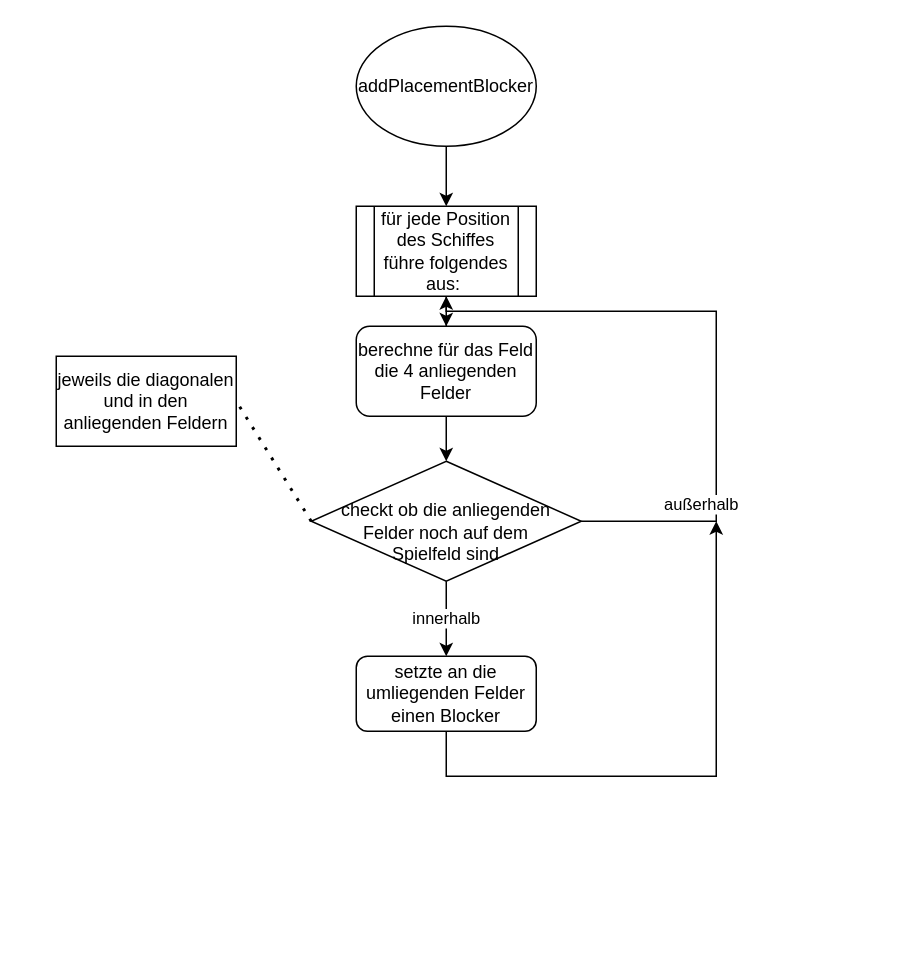
Earlier version of the draw.io diagram blockerfunctions.drawio (frederik-junk/Python_FleetBattle). Source tidied: cells renumbered, new cells numbered last; positions are measured from the earlier drawing's top-left corner, leaving out a move shared by most shapes. Both pictures are drawn from the tidied source at 150%, with x=0, y=0 at pixel (56, 26).
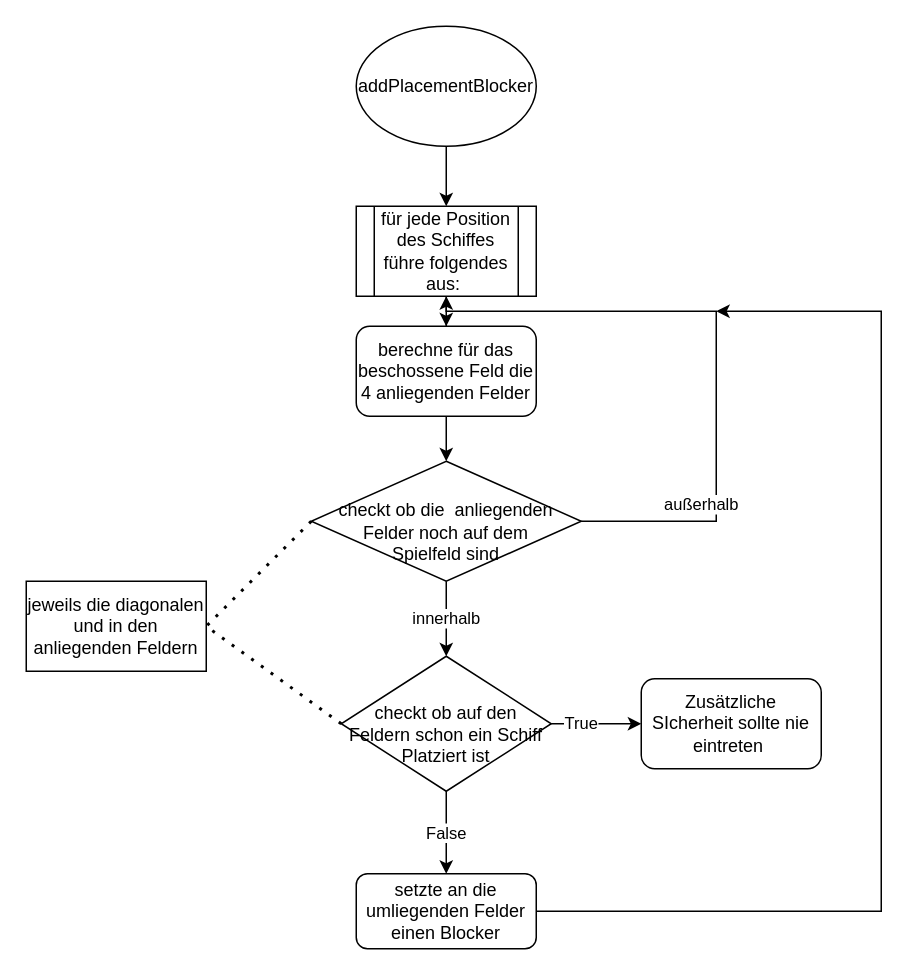
The same page after the edit.

Diff of the diagram source:
```diff
@@
-    <mxCell id="7" value="berechne für das Feld die 4 anliegenden Felder" style="rounded=1;whiteSpace=wrap;html=1;" parent="1" vertex="1">
+    <mxCell id="7" value="berechne für das beschossene Feld die 4 anliegenden Felder" style="rounded=1;whiteSpace=wrap;html=1;" parent="1" vertex="1">
       <mxGeometry x="200" y="200" width="120" height="60" as="geometry" />
     </mxCell>
@@
-    <mxCell id="9" value="innerhalb" style="edgeStyle=orthogonalEdgeStyle;rounded=0;jettySize=auto;html=1;" parent="1" edge="1" source="10" target="13">
+    <mxCell id="9" value="innerhalb" style="edgeStyle=orthogonalEdgeStyle;rounded=0;jettySize=auto;html=1;entryX=0.5;entryY=0;entryDx=0;entryDy=0;" parent="1" edge="1" source="10" target="18">
       <mxGeometry relative="1" as="geometry" />
     </mxCell>
-    <mxCell id="10" value="&lt;br&gt;checkt ob die anliegenden&lt;br&gt;Felder noch auf dem &lt;br&gt;Spielfeld sind" style="rhombus;whiteSpace=wrap;html=1;" parent="1" vertex="1">
+    <mxCell id="10" value="&lt;br&gt;checkt ob die&amp;nbsp; anliegenden&lt;br&gt;Felder noch auf dem &lt;br&gt;Spielfeld sind" style="rhombus;whiteSpace=wrap;html=1;" parent="1" vertex="1">
       <mxGeometry x="170" y="290" width="180" height="80" as="geometry" />
     </mxCell>
     <mxCell id="11" value="jeweils die diagonalen und in den anliegenden Feldern" style="rounded=0;whiteSpace=wrap;html=1;" parent="1" vertex="1">
-      <mxGeometry y="220" width="120" height="60" as="geometry" />
+      <mxGeometry x="-20" y="370" width="120" height="60" as="geometry" />
     </mxCell>
@@
+    <mxCell id="15" style="edgeStyle=orthogonalEdgeStyle;rounded=0;jettySize=auto;html=1;exitX=1;exitY=0.5;exitDx=0;exitDy=0;" parent="1" edge="1" source="13">
+      <mxGeometry relative="1" as="geometry">
+        <mxPoint x="440" y="190" as="targetPoint" />
+        <Array as="points">
+          <mxPoint x="550" y="590" />
+          <mxPoint x="550" y="190" />
+          <mxPoint x="440" y="190" />
+        </Array>
+      </mxGeometry>
+    </mxCell>
     <mxCell id="13" value="setzte an die umliegenden Felder einen Blocker" style="rounded=1;whiteSpace=wrap;html=1;" parent="1" vertex="1">
-      <mxGeometry x="200" y="420" width="120" height="50" as="geometry" />
+      <mxGeometry x="200" y="565" width="120" height="50" as="geometry" />
     </mxCell>
-    <mxCell id="14" style="endArrow=classic;html=1;rounded=0;exitX=0.5;exitY=1;exitDx=0;exitDy=0;" parent="1" edge="1" source="13">
-      <mxGeometry relative="1" as="geometry">
-        <mxPoint x="440" y="330" as="targetPoint" />
-        <Array as="points">
-          <mxPoint x="260" y="500" />
-          <mxPoint x="440" y="500" />
-        </Array>
-      </mxGeometry>
-    </mxCell>
+    <mxCell id="16" value="False" style="edgeStyle=orthogonalEdgeStyle;rounded=0;jettySize=auto;html=1;" parent="1" edge="1" source="18" target="13">
+      <mxGeometry relative="1" as="geometry">
+        <Array as="points">
+          <mxPoint x="260" y="550" />
+          <mxPoint x="260" y="550" />
+        </Array>
+      </mxGeometry>
+    </mxCell>
+    <mxCell id="17" value="True" style="edgeStyle=orthogonalEdgeStyle;rounded=0;jettySize=auto;html=1;exitX=1;exitY=0.5;exitDx=0;exitDy=0;entryX=0;entryY=0.5;entryDx=0;entryDy=0;" parent="1" edge="1" source="18" target="20">
+      <mxGeometry x="-0.35" relative="1" as="geometry">
+        <Array as="points">
+          <mxPoint x="390" y="465" />
+          <mxPoint x="450" y="466" />
+        </Array>
+      </mxGeometry>
+    </mxCell>
+    <mxCell id="18" value="&lt;br&gt;checkt ob auf den Feldern schon ein Schiff Platziert ist" style="rhombus;whiteSpace=wrap;html=1;" parent="1" vertex="1">
+      <mxGeometry x="190" y="420" width="140" height="90" as="geometry" />
+    </mxCell>
+    <mxCell id="19" style="endArrow=none;dashed=1;html=1;dashPattern=1 3;strokeWidth=2;rounded=0;exitX=0;exitY=0.5;exitDx=0;exitDy=0;entryX=1;entryY=0.5;entryDx=0;entryDy=0;" parent="1" edge="1" source="18" target="11">
+      <mxGeometry relative="1" as="geometry" />
+    </mxCell>
+    <mxCell id="20" value="Zusätzliche SIcherheit sollte nie eintreten&amp;nbsp;" style="rounded=1;whiteSpace=wrap;html=1;" parent="1" vertex="1">
+      <mxGeometry x="390" y="435" width="120" height="60" as="geometry" />
+    </mxCell>
```
